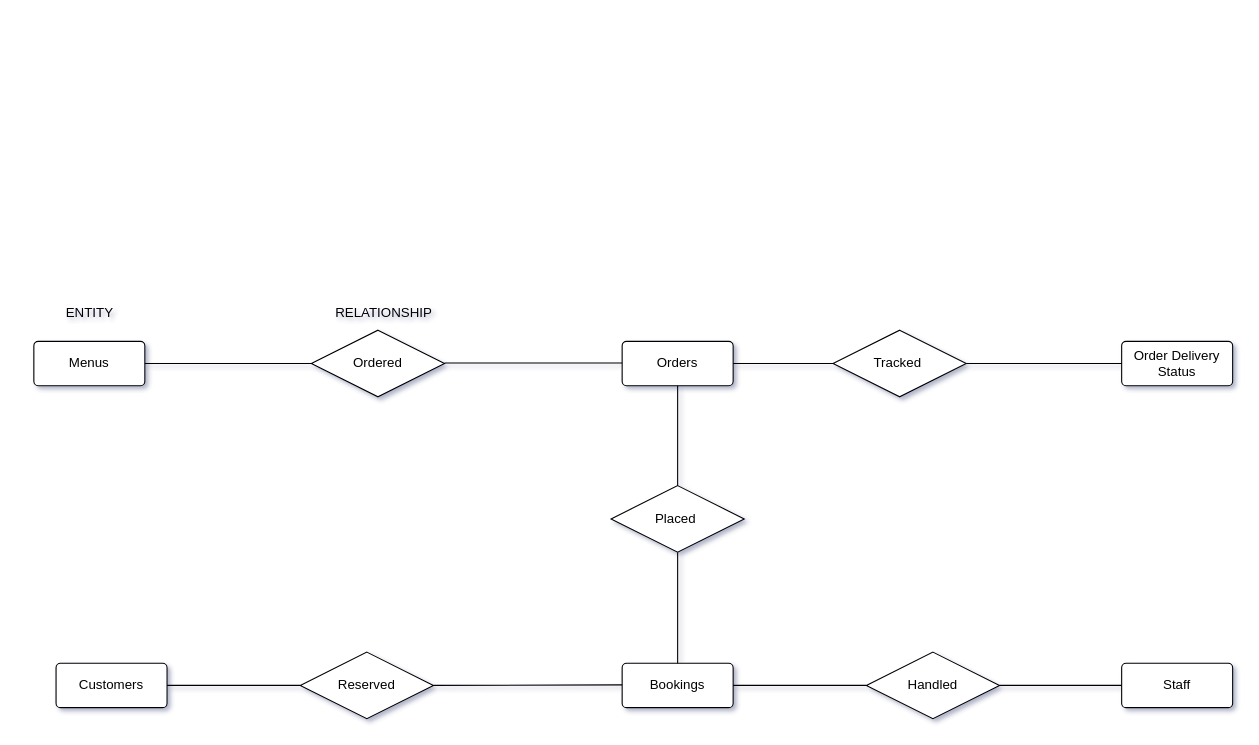
mafio039/db-capstone-project keeps this draw.io diagram as page "Page-1" (1 of 2) of Little_Lemon ER-Diagram.drawio. Above is the earlier version. Source tidied: cells renumbered, new cells numbered last; positions are measured from the earlier drawing's top-left corner, leaving out a move shared by most shapes. Both pictures are drawn from the tidied source at 111%, with x=0, y=0 at pixel (33, 296).
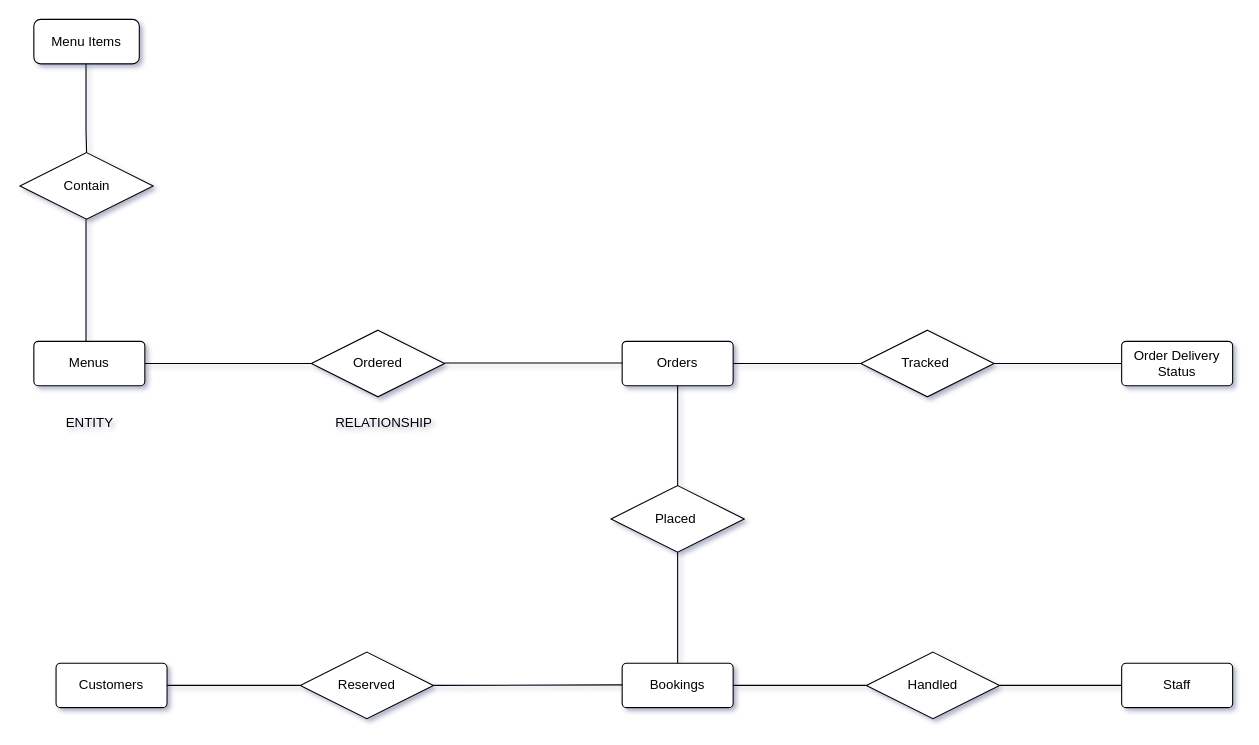
The same diagram, later.

The change refers to these unchanged cells:
```xml
<mxCell id="2" value="Menus" style="rounded=1;arcSize=10;whiteSpace=wrap;html=1;align=center;" parent="1" vertex="1">
  <mxGeometry y="40" width="100" height="40" as="geometry" />
</mxCell>
```

What changed in the source:
```diff
@@
     <mxCell id="6" value="Tracked&amp;nbsp;" style="shape=rhombus;perimeter=rhombusPerimeter;whiteSpace=wrap;html=1;align=center;" parent="1" vertex="1">
-      <mxGeometry x="720" y="30" width="120" height="60" as="geometry" />
+      <mxGeometry x="745" y="30" width="120" height="60" as="geometry" />
     </mxCell>
@@
     <mxCell id="12" style="line;strokeWidth=1;dashed=0;labelPosition=right;align=left;verticalAlign=middle;spacingTop=0;spacingLeft=6;" parent="1" vertex="1">
-      <mxGeometry x="630" y="55" width="90" height="10" as="geometry" />
+      <mxGeometry x="630" y="55" width="115" height="10" as="geometry" />
     </mxCell>
@@
-    <mxCell id="14" style="endArrow=none;html=1;rounded=0;exitX=1;exitY=0.5;exitDx=0;exitDy=0;" parent="1" edge="1" source="2">
+    <mxCell id="14" style="endArrow=none;html=1;rounded=0;exitX=1;exitY=0.5;exitDx=0;exitDy=0;" parent="1" edge="1">
       <mxGeometry relative="1" as="geometry">
+        <mxPoint x="100" y="60" as="sourcePoint" />
         <mxPoint x="250" y="60" as="targetPoint" />
       </mxGeometry>
     </mxCell>
     <mxCell id="15" style="line;strokeWidth=1;dashed=0;labelPosition=right;align=left;verticalAlign=middle;spacingTop=0;spacingLeft=6;" parent="1" vertex="1">
-      <mxGeometry x="840" y="55" width="140" height="10" as="geometry" />
+      <mxGeometry x="865" y="55" width="115" height="10" as="geometry" />
     </mxCell>
@@
     <mxCell id="24" value="ENTITY" style="text;html=1;align=center;verticalAlign=middle;strokeColor=none;fillColor=none;" parent="1" vertex="1">
-      <mxGeometry x="15" width="70" height="30" as="geometry" />
+      <mxGeometry x="15" y="99" width="70" height="30" as="geometry" />
     </mxCell>
     <mxCell id="25" value="RELATIONSHIP" style="text;html=1;align=center;verticalAlign=middle;strokeColor=none;fillColor=none;" parent="1" vertex="1">
-      <mxGeometry x="260" width="110" height="30" as="geometry" />
+      <mxGeometry x="260" y="99" width="110" height="30" as="geometry" />
     </mxCell>
+    <mxCell id="26" value="Menu Items" style="rounded=1;whiteSpace=wrap;html=1;" parent="1" vertex="1">
+      <mxGeometry y="-250" width="95" height="40" as="geometry" />
+    </mxCell>
+    <mxCell id="27" value="Contain" style="shape=rhombus;perimeter=rhombusPerimeter;whiteSpace=wrap;html=1;align=center;" parent="1" vertex="1">
+      <mxGeometry x="-12.5" y="-130" width="120" height="60" as="geometry" />
+    </mxCell>
+    <mxCell id="28" style="endArrow=none;html=1;rounded=0;" parent="1" edge="1">
+      <mxGeometry relative="1" as="geometry">
+        <mxPoint x="47" y="-70" as="sourcePoint" />
+        <mxPoint x="47" y="40" as="targetPoint" />
+      </mxGeometry>
+    </mxCell>
+    <mxCell id="29" style="endArrow=none;html=1;rounded=0;entryX=0.5;entryY=0;entryDx=0;entryDy=0;" parent="1" edge="1" target="27">
+      <mxGeometry relative="1" as="geometry">
+        <mxPoint x="47" y="-210" as="sourcePoint" />
+        <Array as="points">
+          <mxPoint x="47" y="-150" />
+        </Array>
+      </mxGeometry>
+    </mxCell>
```
